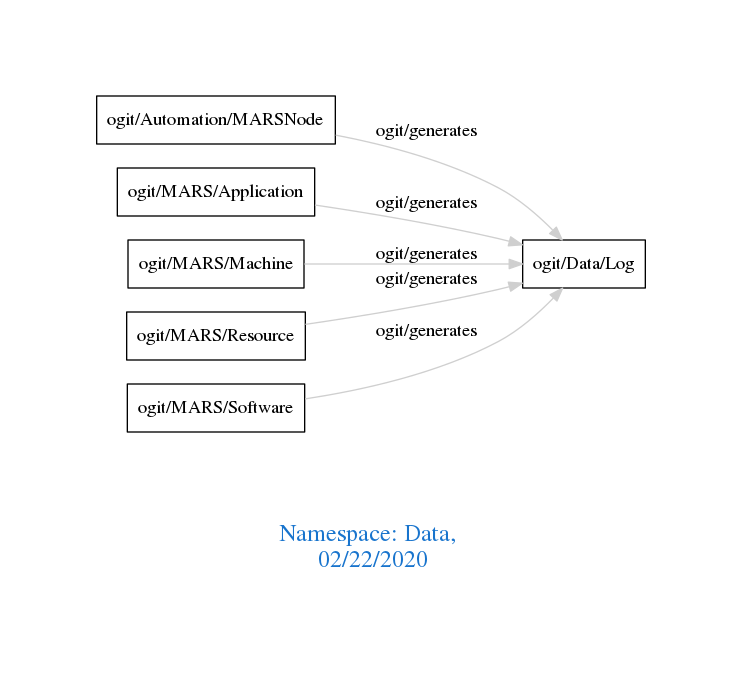
This is downloads/Data.png from arago/OGIT, a Graphviz export, as it was before one commit. Its source is kept beside it as downloads/Data.dot.
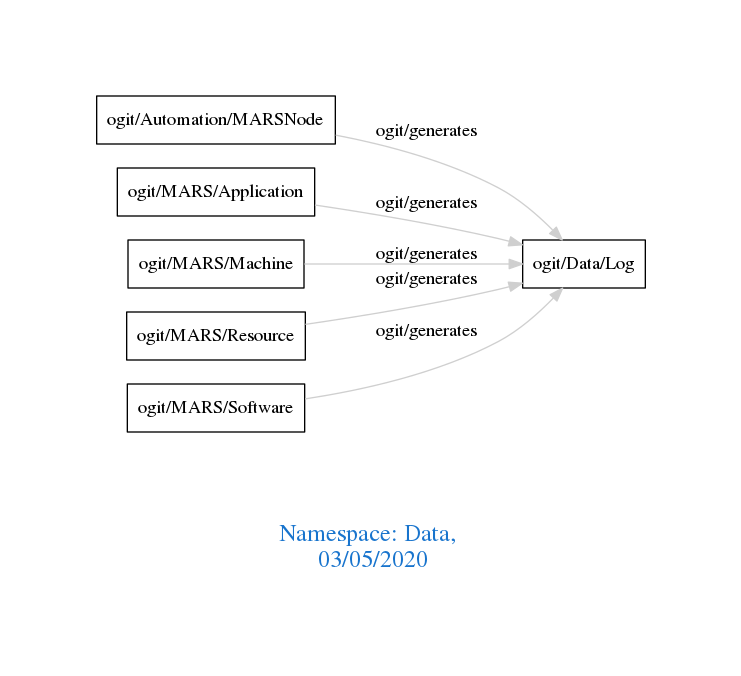
The same diagram one commit later.

The edit, as a diff of the source:
```diff
@@ -1,7 +1,7 @@
 digraph OGIT_ontology {
  graph [ rankdir= LR,pad=1
 fontsize = 18,
-fontcolor= dodgerblue3,label = "\n\n\nNamespace: Data, \n 02/22/2020"];
+fontcolor= dodgerblue3,label = "\n\n\nNamespace: Data, \n 03/05/2020"];
 node[shape=polygon];
 edge [  color="gray81"];
 
```
